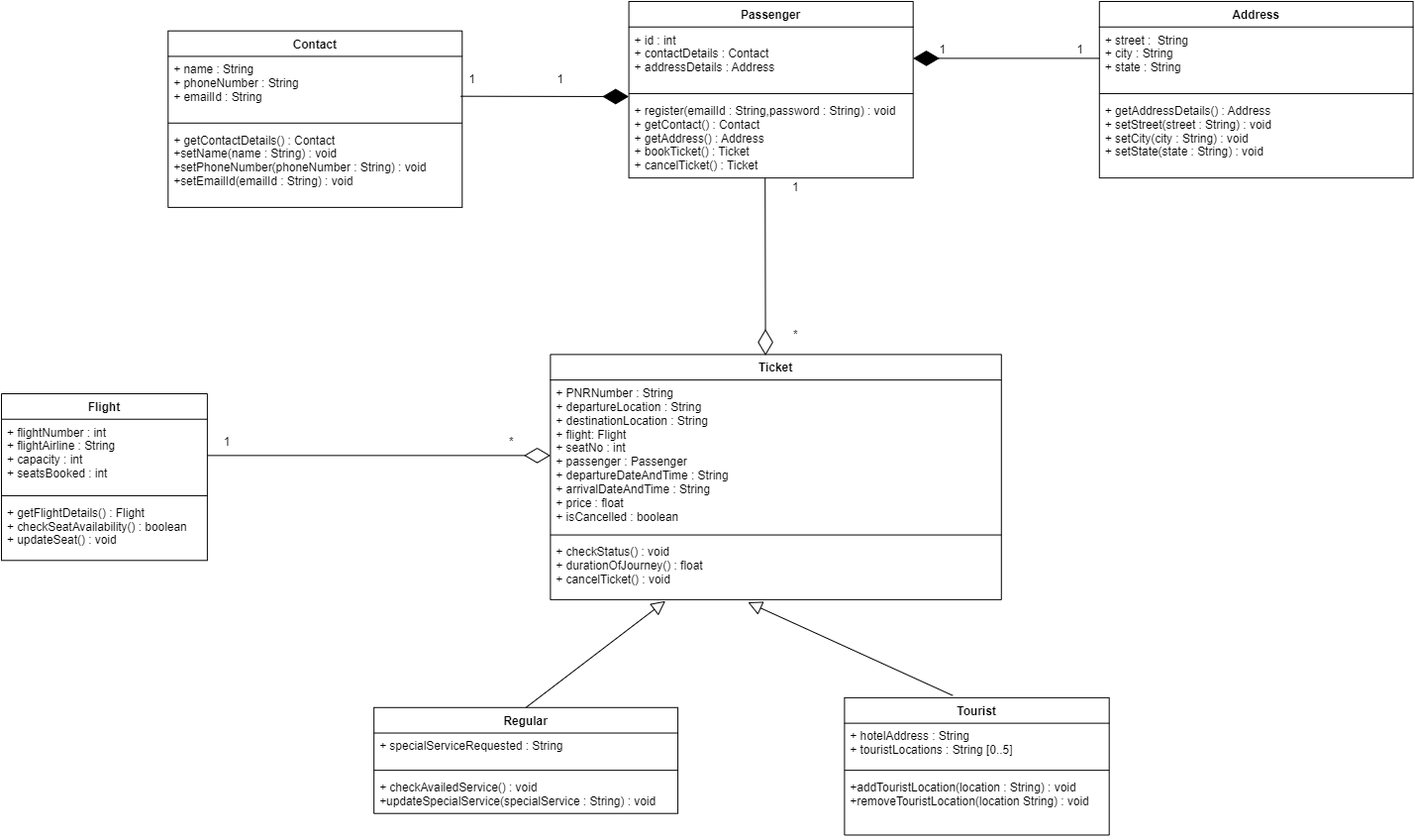
The draw.io diagram Flight Reservation System.drawio.png in sanath-git/Flight-Management-System, before a commit. Source tidied: cells renumbered, new cells last; positions are measured from the earlier drawing's top-left corner, leaving out a move shared by most shapes.
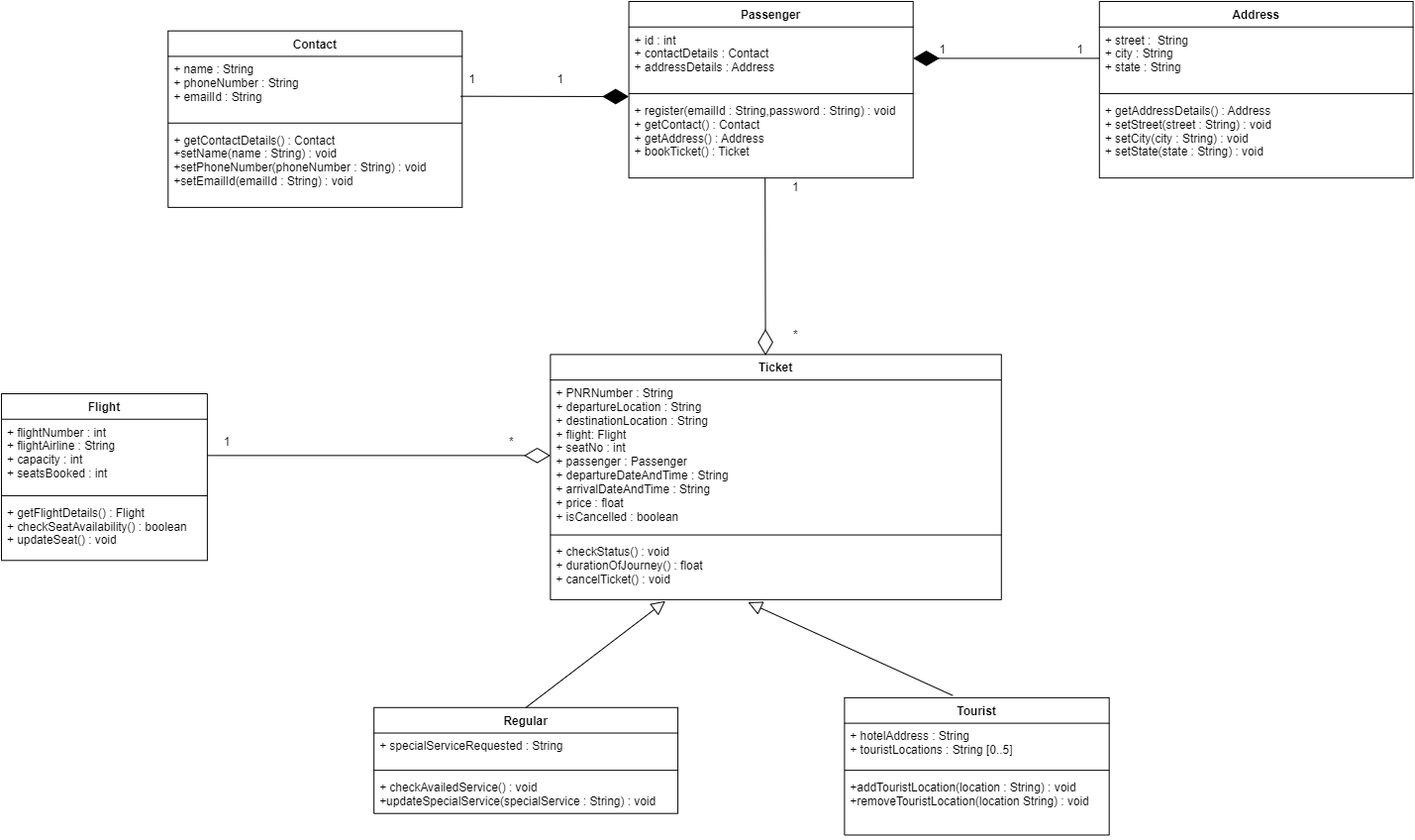
The same diagram one commit later.

What changed in the source:
```diff
@@ -11,7 +11,7 @@
     <mxCell id="4" style="line;strokeWidth=1;fillColor=none;align=left;verticalAlign=middle;spacingTop=-1;spacingLeft=3;spacingRight=3;labelPosition=right;" parent="2" vertex="1">
       <mxGeometry y="90" width="290" height="8" as="geometry" />
     </mxCell>
-    <mxCell id="5" value="+ register(emailId : String,password : String) : void&#10;+ getContact() : Contact&#10;+ getAddress() : Address&#10;+ bookTicket() : Ticket&#10;+ cancelTicket() : Ticket&#10;" style="text;strokeColor=none;fillColor=none;align=left;verticalAlign=top;spacingLeft=4;spacingRight=4;overflow=hidden;" parent="2" vertex="1">
+    <mxCell id="5" value="+ register(emailId : String,password : String) : void&#10;+ getContact() : Contact&#10;+ getAddress() : Address&#10;+ bookTicket() : Ticket" style="text;strokeColor=none;fillColor=none;align=left;verticalAlign=top;spacingLeft=4;spacingRight=4;overflow=hidden;" parent="2" vertex="1">
       <mxGeometry y="98" width="290" height="82" as="geometry" />
     </mxCell>
     <mxCell id="6" value="Ticket" style="swimlane;fontStyle=1;align=center;verticalAlign=top;horizontal=1;startSize=26;" parent="1" vertex="1">
```
